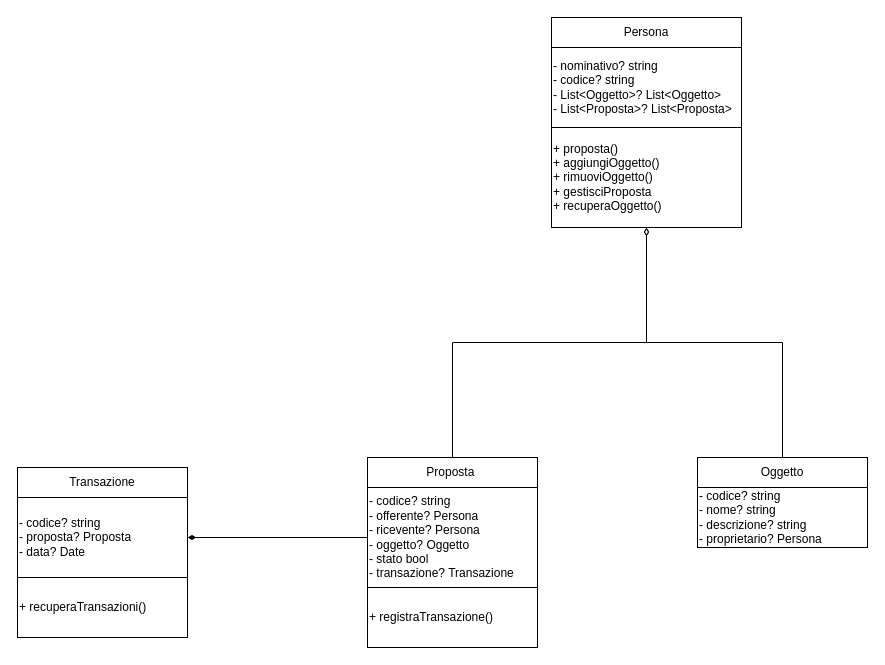
Sparck94/Esercitazione_08_03 keeps this draw.io diagram as Esercitazione baratto/Baratto.drawio. Above is the earlier version. Source tidied: cells renumbered, new cells numbered last; positions are measured from the earlier drawing's top-left corner, leaving out a move shared by most shapes. Both pictures are drawn from the tidied source at 100%, with x=0, y=0 at pixel (17, 17).
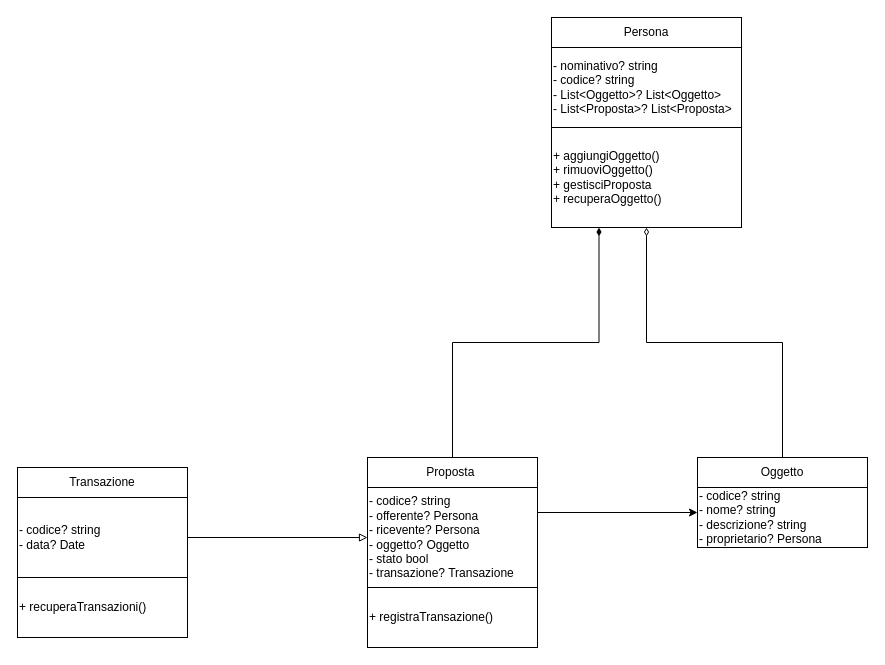
The same diagram, later.

Change to the diagram source:
```diff
@@
 <mxGraphModel>
   <root>
     <mxCell id="0" />
     <mxCell id="1" parent="0" />
     <mxCell id="2" value="- nominativo? string&lt;br&gt;&lt;div style=&quot;&quot;&gt;&lt;span style=&quot;background-color: initial;&quot;&gt;- codice? string&lt;/span&gt;&lt;/div&gt;&lt;div style=&quot;&quot;&gt;&lt;span style=&quot;background-color: initial;&quot;&gt;- List&amp;lt;Oggetto&amp;gt;? List&amp;lt;Oggetto&amp;gt;&lt;/span&gt;&lt;/div&gt;&lt;div style=&quot;&quot;&gt;&lt;span style=&quot;background-color: initial;&quot;&gt;- List&amp;lt;Proposta&amp;gt;? List&amp;lt;Proposta&amp;gt;&lt;/span&gt;&lt;/div&gt;" style="rounded=0;whiteSpace=wrap;html=1;align=left;" parent="1" vertex="1">
       <mxGeometry x="534" y="30" width="190" height="80" as="geometry" />
     </mxCell>
     <mxCell id="3" value="Persona" style="rounded=0;whiteSpace=wrap;html=1;" parent="1" vertex="1">
       <mxGeometry x="534" width="190" height="30" as="geometry" />
     </mxCell>
-    <mxCell id="4" value="+ proposta()&lt;br&gt;+ aggiungiOggetto()&lt;br&gt;+ rimuoviOggetto()&lt;br&gt;+ gestisciProposta&lt;br&gt;+ recuperaOggetto()" style="rounded=0;whiteSpace=wrap;html=1;align=left;" parent="1" vertex="1">
+    <mxCell id="4" value="+ aggiungiOggetto()&lt;br&gt;+ rimuoviOggetto()&lt;br&gt;+ gestisciProposta&lt;br&gt;+ recuperaOggetto()" style="rounded=0;whiteSpace=wrap;html=1;align=left;" parent="1" vertex="1">
       <mxGeometry x="534" y="110" width="190" height="100" as="geometry" />
     </mxCell>
     <mxCell id="5" value="- codice? string&lt;br&gt;- nome? string&lt;br&gt;- descrizione? string&lt;br&gt;- proprietario? Persona" style="rounded=0;whiteSpace=wrap;html=1;align=left;" parent="1" vertex="1">
       <mxGeometry x="680" y="470" width="170" height="60" as="geometry" />
     </mxCell>
     <mxCell id="6" style="edgeStyle=orthogonalEdgeStyle;rounded=0;jettySize=auto;html=1;exitX=0.5;exitY=0;exitDx=0;exitDy=0;endArrow=diamondThin;endFill=0;entryX=0.5;entryY=1;entryDx=0;entryDy=0;" parent="1" edge="1" source="7" target="4">
       <mxGeometry relative="1" as="geometry" />
     </mxCell>
     <mxCell id="7" value="Oggetto" style="rounded=0;whiteSpace=wrap;html=1;" parent="1" vertex="1">
       <mxGeometry x="680" y="440" width="170" height="30" as="geometry" />
     </mxCell>
+    <mxCell id="16" style="edgeStyle=orthogonalEdgeStyle;rounded=0;jettySize=auto;html=1;exitX=1;exitY=0.5;exitDx=0;exitDy=0;entryX=0;entryY=0.5;entryDx=0;entryDy=0;endArrow=block;endFill=0;" parent="1" edge="1" source="8" target="12">
+      <mxGeometry relative="1" as="geometry" />
+    </mxCell>
-    <mxCell id="8" value="- codice? string&lt;br&gt;- proposta? Proposta&lt;br&gt;- data? Date" style="rounded=0;whiteSpace=wrap;html=1;align=left;" parent="1" vertex="1">
+    <mxCell id="8" value="- codice? string&lt;br&gt;- data? Date" style="rounded=0;whiteSpace=wrap;html=1;align=left;" parent="1" vertex="1">
       <mxGeometry y="480" width="170" height="80" as="geometry" />
     </mxCell>
     <mxCell id="9" value="Transazione" style="rounded=0;whiteSpace=wrap;html=1;" parent="1" vertex="1">
       <mxGeometry y="450" width="170" height="30" as="geometry" />
     </mxCell>
     <mxCell id="10" value="+ recuperaTransazioni()" style="rounded=0;whiteSpace=wrap;html=1;align=left;" parent="1" vertex="1">
       <mxGeometry y="560" width="170" height="60" as="geometry" />
     </mxCell>
-    <mxCell id="11" style="edgeStyle=orthogonalEdgeStyle;rounded=0;jettySize=auto;html=1;exitX=0;exitY=0.5;exitDx=0;exitDy=0;entryX=1;entryY=0.5;entryDx=0;entryDy=0;endArrow=diamondThin;endFill=1;" parent="1" edge="1" source="12" target="8">
-      <mxGeometry relative="1" as="geometry" />
-    </mxCell>
+    <mxCell id="17" style="edgeStyle=orthogonalEdgeStyle;rounded=0;jettySize=auto;html=1;exitX=1;exitY=0.25;exitDx=0;exitDy=0;" parent="1" edge="1" source="12">
+      <mxGeometry relative="1" as="geometry">
+        <mxPoint x="680" y="495" as="targetPoint" />
+        <Array as="points">
+          <mxPoint x="680" y="495" />
+        </Array>
+      </mxGeometry>
+    </mxCell>
     <mxCell id="12" value="- codice? string&lt;br&gt;- offerente? Persona&lt;br&gt;- ricevente? Persona&lt;br&gt;- oggetto? Oggetto&lt;br&gt;- stato bool&lt;br&gt;- transazione? Transazione" style="rounded=0;whiteSpace=wrap;html=1;align=left;" parent="1" vertex="1">
       <mxGeometry x="350" y="470" width="170" height="100" as="geometry" />
     </mxCell>
-    <mxCell id="13" style="edgeStyle=orthogonalEdgeStyle;rounded=0;jettySize=auto;html=1;exitX=0.5;exitY=0;exitDx=0;exitDy=0;entryX=0.5;entryY=1;entryDx=0;entryDy=0;endArrow=diamondThin;endFill=0;" parent="1" edge="1" source="14" target="4">
+    <mxCell id="13" style="edgeStyle=orthogonalEdgeStyle;rounded=0;jettySize=auto;html=1;exitX=0.5;exitY=0;exitDx=0;exitDy=0;entryX=0.25;entryY=1;entryDx=0;entryDy=0;endArrow=diamondThin;endFill=1;" parent="1" edge="1" source="14" target="4">
       <mxGeometry relative="1" as="geometry" />
     </mxCell>
     <mxCell id="14" value="Proposta&amp;nbsp;" style="rounded=0;whiteSpace=wrap;html=1;" parent="1" vertex="1">
       <mxGeometry x="350" y="440" width="170" height="30" as="geometry" />
     </mxCell>
     <mxCell id="15" value="+ registraTransazione()" style="rounded=0;whiteSpace=wrap;html=1;align=left;" parent="1" vertex="1">
       <mxGeometry x="350" y="570" width="170" height="60" as="geometry" />
     </mxCell>
   </root>
 </mxGraphModel>
```
